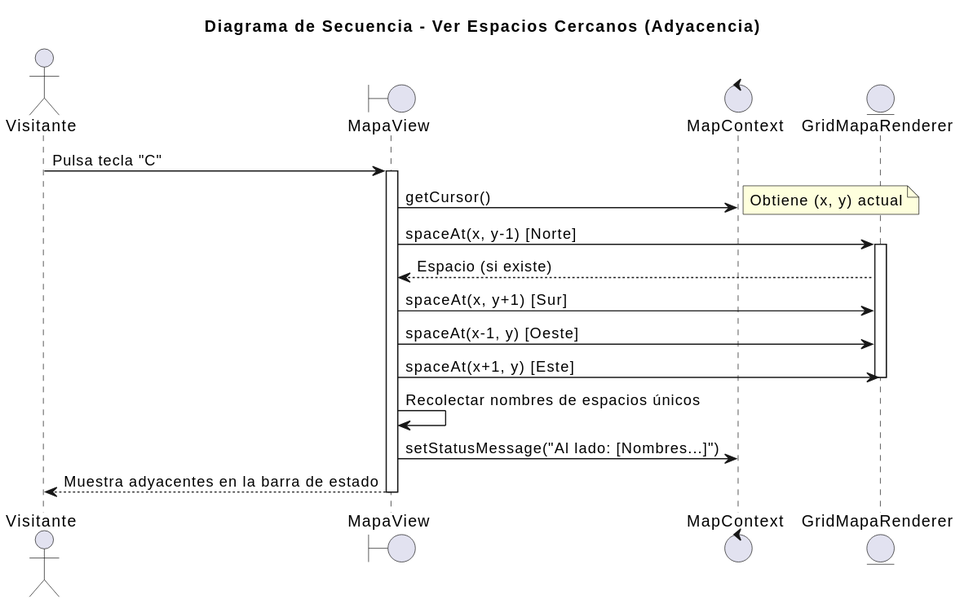
Before: images/02-diseño/01-Visitante/verEspaciosCercanos/verEspaciosCercanos.svg, a diagram exported from PlantUML (mmasias/25-26-idsw2-sdVC).
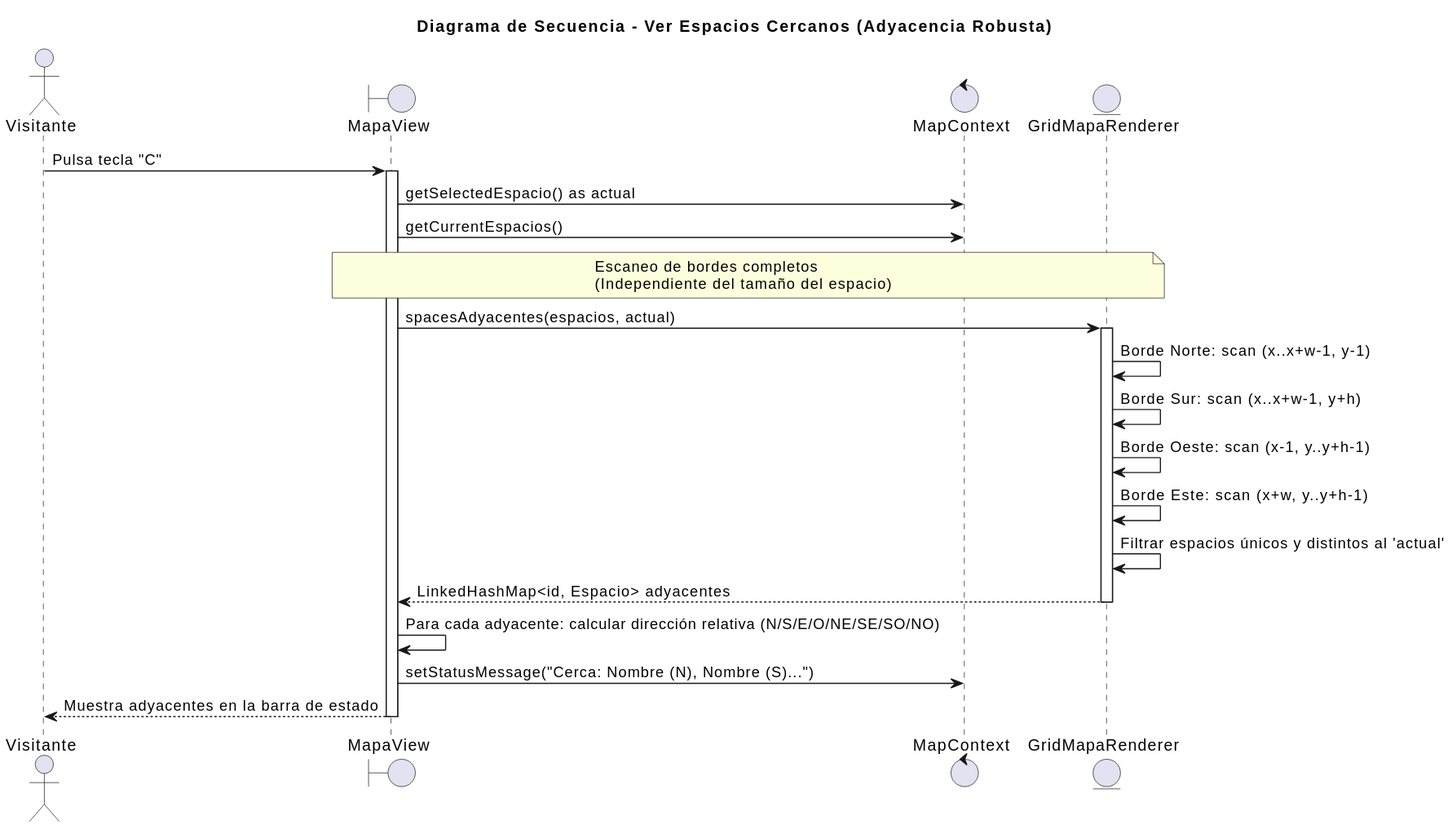
After the change.

Commit message:
refactor(desing): update view nearby spaces

Change to the diagram source:
```diff
@@ -1,5 +1,5 @@
 @startuml
-title "Diagrama de Secuencia - Ver Espacios Cercanos (Adyacencia)"
+title "Diagrama de Secuencia - Ver Espacios Cercanos (Adyacencia Robusta)"
 
 actor "Visitante" as visitor
 boundary "MapaView" as view
@@ -9,19 +9,25 @@
 visitor -> view: Pulsa tecla "C"
 activate view
 
-view -> context: getCursor()
-note right: Obtiene (x, y) actual
+view -> context: getSelectedEspacio() as actual
+view -> context: getCurrentEspacios()
 
-view -> renderer: spaceAt(x, y-1) [Norte]
+note over view, renderer: Escaneo de bordes completos\n(Independiente del tamaño del espacio)
+
+view -> renderer: spacesAdyacentes(espacios, actual)
 activate renderer
-renderer --> view: Espacio (si existe)
-view -> renderer: spaceAt(x, y+1) [Sur]
-view -> renderer: spaceAt(x-1, y) [Oeste]
-view -> renderer: spaceAt(x+1, y) [Este]
+
+renderer -> renderer: Borde Norte: scan (x..x+w-1, y-1)
+renderer -> renderer: Borde Sur: scan (x..x+w-1, y+h)
+renderer -> renderer: Borde Oeste: scan (x-1, y..y+h-1)
+renderer -> renderer: Borde Este: scan (x+w, y..y+h-1)
+
+renderer -> renderer: Filtrar espacios únicos y distintos al 'actual'
+renderer --> view: LinkedHashMap<id, Espacio> adyacentes
 deactivate renderer
 
-view -> view: Recolectar nombres de espacios únicos
-view -> context: setStatusMessage("Al lado: [Nombres...]")
+view -> view: Para cada adyacente: calcular dirección relativa (N/S/E/O/NE/SE/SO/NO)
+view -> context: setStatusMessage("Cerca: Nombre (N), Nombre (S)...")
 view --> visitor: Muestra adyacentes en la barra de estado
 deactivate view
 @enduml
```
